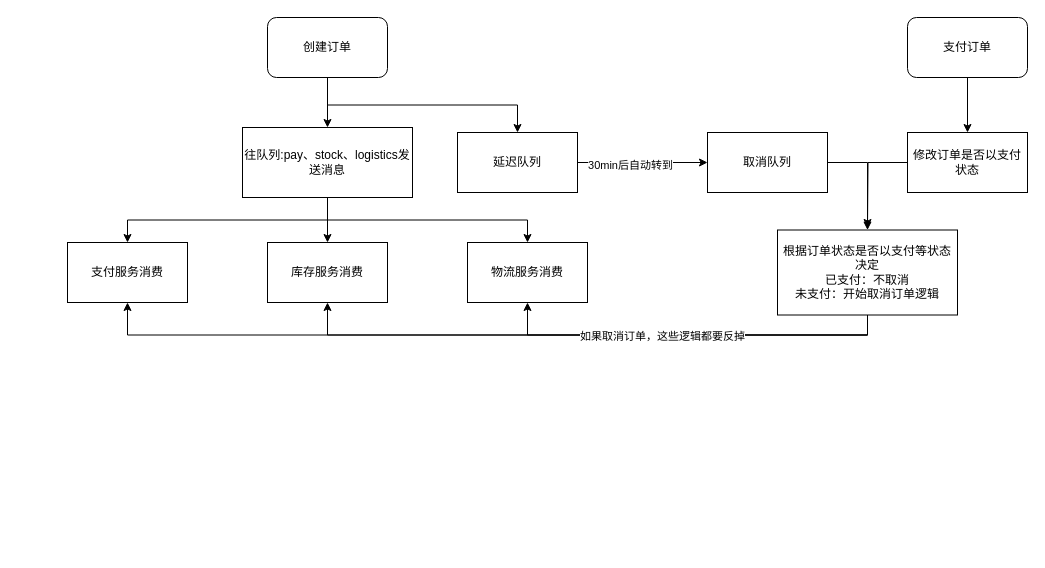
Above: rabbitmq-mall.drawio in liepig1223/drawio (draw.io), before the change. Source tidied: cells renumbered, new cells numbered last; positions are measured from the earlier drawing's top-left corner, leaving out a move shared by most shapes. Both pictures are drawn from the tidied source at 100%, with x=0, y=0 at pixel (67, 17).
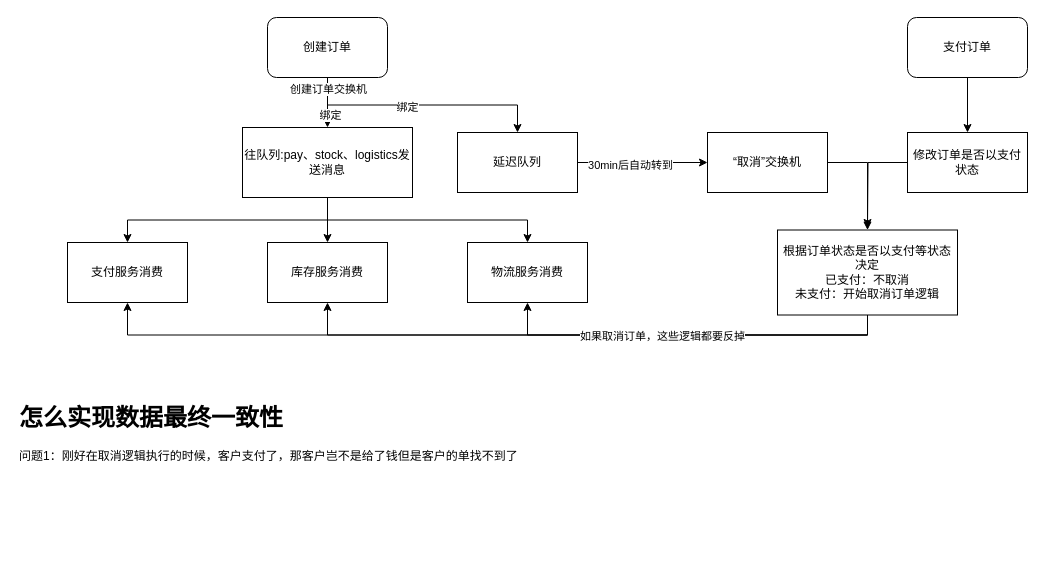
After the change.

Unchanged cells that the change refers to:
```xml
<mxCell id="2" style="edgeStyle=orthogonalEdgeStyle;rounded=0;jettySize=auto;html=1;exitX=0.5;exitY=1;exitDx=0;exitDy=0;" parent="1" edge="1" source="4" target="8">
  <mxGeometry relative="1" as="geometry" />
</mxCell>
<mxCell id="3" style="edgeStyle=orthogonalEdgeStyle;rounded=0;jettySize=auto;html=1;exitX=0.5;exitY=1;exitDx=0;exitDy=0;" parent="1" edge="1" source="4" target="14">
  <mxGeometry relative="1" as="geometry" />
</mxCell>
```

The edit, as a diff of the source:
```diff
@@
+    <mxCell id="26" value="绑定" style="edgeLabel;html=1;align=center;verticalAlign=middle;" parent="2" vertex="1">
+      <mxGeometry x="0.48" y="2" relative="1" as="geometry" />
+    </mxCell>
@@
+    <mxCell id="27" value="创建订单交换机" style="edgeLabel;html=1;align=center;verticalAlign=middle;" parent="3" vertex="1">
+      <mxGeometry x="-0.91" relative="1" as="geometry" />
+    </mxCell>
+    <mxCell id="28" value="绑定" style="edgeLabel;html=1;align=center;verticalAlign=middle;" parent="3" vertex="1">
+      <mxGeometry x="-0.13" y="-1" relative="1" as="geometry">
+        <mxPoint y="1" as="offset" />
+      </mxGeometry>
+    </mxCell>
@@
-    <mxCell id="18" value="取消队列" style="rounded=0;whiteSpace=wrap;html=1;" parent="1" vertex="1">
+    <mxCell id="18" value="“取消”交换机" style="rounded=0;whiteSpace=wrap;html=1;" parent="1" vertex="1">
       <mxGeometry x="640" y="115" width="120" height="60" as="geometry" />
     </mxCell>
@@
+    <mxCell id="29" value="&lt;h1 style=&quot;margin-top: 0px;&quot;&gt;怎么实现数据最终一致性&lt;/h1&gt;问题1：刚好在取消逻辑执行的时候，客户支付了，那客户岂不是给了钱但是客户的单找不到了" style="text;html=1;whiteSpace=wrap;overflow=hidden;rounded=0;" parent="1" vertex="1">
+      <mxGeometry x="-50" y="380" width="560" height="150" as="geometry" />
+    </mxCell>
```
